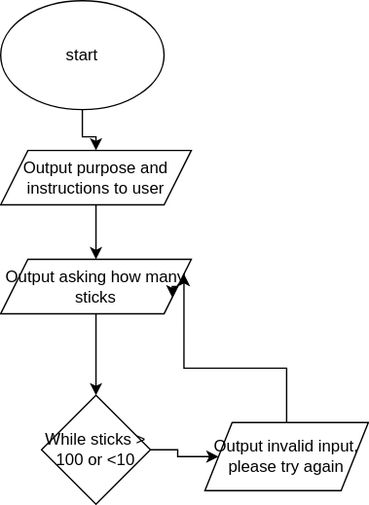
This is flowchart.drawio.svg from yzjedu/cs151-pa2-LaurePatera, a draw.io export, as it was before one commit. Source tidied: cells renumbered, new cells last; positions are measured from the earlier drawing's top-left corner, leaving out a move shared by most shapes. Its diagram source:
```xml
<mxGraphModel>
  <root>
    <mxCell id="0" />
    <mxCell id="1" parent="0" />
    <mxCell id="2" style="edgeStyle=orthogonalEdgeStyle;rounded=0;jettySize=auto;html=1;" parent="1" edge="1" source="3" target="5">
      <mxGeometry relative="1" as="geometry" />
    </mxCell>
    <mxCell id="3" value="start" style="ellipse;whiteSpace=wrap;html=1;" parent="1" vertex="1">
      <mxGeometry width="120" height="80" as="geometry" />
    </mxCell>
    <mxCell id="4" style="edgeStyle=orthogonalEdgeStyle;rounded=0;jettySize=auto;html=1;" parent="1" edge="1" source="5" target="9">
      <mxGeometry relative="1" as="geometry" />
    </mxCell>
    <mxCell id="5" value="Output purpose and instructions to user" style="shape=parallelogram;perimeter=parallelogramPerimeter;whiteSpace=wrap;html=1;fixedSize=1;" parent="1" vertex="1">
      <mxGeometry y="110" width="140" height="40" as="geometry" />
    </mxCell>
    <mxCell id="6" style="edgeStyle=orthogonalEdgeStyle;rounded=0;jettySize=auto;html=1;exitX=0.5;exitY=0;exitDx=0;exitDy=0;entryX=1;entryY=0.25;entryDx=0;entryDy=0;" parent="1" edge="1" source="7" target="9">
      <mxGeometry relative="1" as="geometry" />
    </mxCell>
    <mxCell id="7" value="Output invalid input, please try again" style="shape=parallelogram;perimeter=parallelogramPerimeter;whiteSpace=wrap;html=1;fixedSize=1;" parent="1" vertex="1">
      <mxGeometry x="150" y="310" width="120" height="50" as="geometry" />
    </mxCell>
    <mxCell id="8" style="edgeStyle=orthogonalEdgeStyle;rounded=0;jettySize=auto;html=1;" parent="1" edge="1" source="9" target="11">
      <mxGeometry relative="1" as="geometry" />
    </mxCell>
    <mxCell id="9" value="Output asking how many sticks" style="shape=parallelogram;perimeter=parallelogramPerimeter;whiteSpace=wrap;html=1;fixedSize=1;" parent="1" vertex="1">
      <mxGeometry y="190" width="140" height="40" as="geometry" />
    </mxCell>
    <mxCell id="10" style="edgeStyle=orthogonalEdgeStyle;rounded=0;jettySize=auto;html=1;" parent="1" edge="1" source="11" target="7">
      <mxGeometry relative="1" as="geometry" />
    </mxCell>
    <mxCell id="11" value="While sticks &amp;gt; 100 or &amp;lt;10" style="rhombus;whiteSpace=wrap;html=1;" parent="1" vertex="1">
      <mxGeometry x="30" y="290" width="80" height="80" as="geometry" />
    </mxCell>
    <mxCell id="12" style="edgeStyle=orthogonalEdgeStyle;rounded=0;orthogonalLoop=1;jettySize=auto;html=1;exitX=1;exitY=0.5;exitDx=0;exitDy=0;entryX=1;entryY=0.75;entryDx=0;entryDy=0;" parent="1" edge="1" source="9" target="9">
      <mxGeometry relative="1" as="geometry" />
    </mxCell>
  </root>
</mxGraphModel>
```
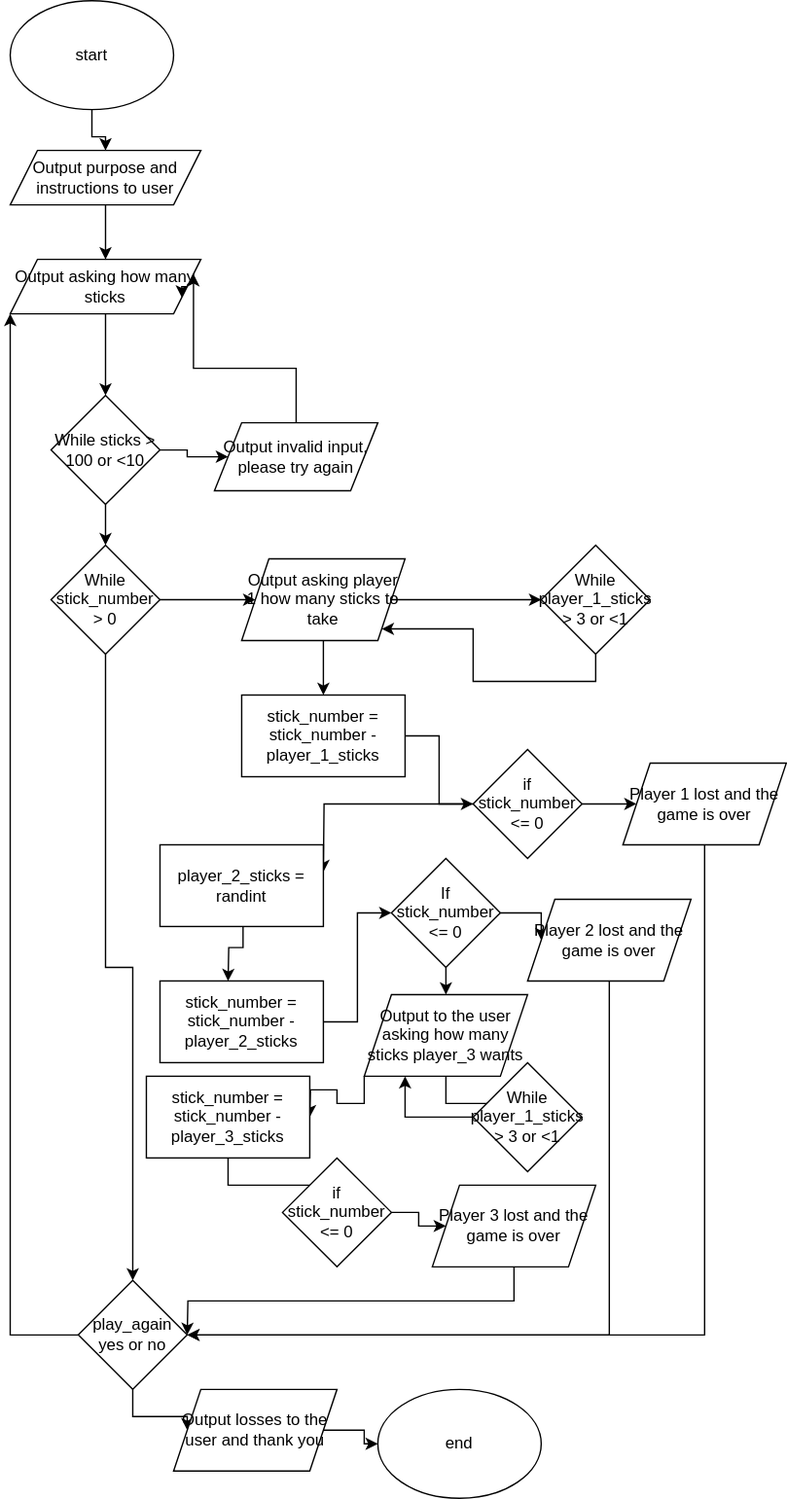
Later version of the same file.

Commit message:
Finished flowchart

What changed in the source:
```diff
@@ -29,11 +29,151 @@
     <mxCell id="10" style="edgeStyle=orthogonalEdgeStyle;rounded=0;jettySize=auto;html=1;" parent="1" edge="1" source="11" target="7">
       <mxGeometry relative="1" as="geometry" />
     </mxCell>
+    <mxCell id="13" style="edgeStyle=orthogonalEdgeStyle;rounded=0;jettySize=auto;html=1;" parent="1" edge="1" source="11" target="16">
+      <mxGeometry relative="1" as="geometry" />
+    </mxCell>
     <mxCell id="11" value="While sticks &amp;gt; 100 or &amp;lt;10" style="rhombus;whiteSpace=wrap;html=1;" parent="1" vertex="1">
       <mxGeometry x="30" y="290" width="80" height="80" as="geometry" />
     </mxCell>
     <mxCell id="12" style="edgeStyle=orthogonalEdgeStyle;rounded=0;orthogonalLoop=1;jettySize=auto;html=1;exitX=1;exitY=0.5;exitDx=0;exitDy=0;entryX=1;entryY=0.75;entryDx=0;entryDy=0;" parent="1" edge="1" source="9" target="9">
       <mxGeometry relative="1" as="geometry" />
     </mxCell>
+    <mxCell id="14" style="edgeStyle=orthogonalEdgeStyle;rounded=0;jettySize=auto;html=1;" parent="1" edge="1" source="16" target="19">
+      <mxGeometry relative="1" as="geometry" />
+    </mxCell>
+    <mxCell id="15" style="edgeStyle=orthogonalEdgeStyle;rounded=0;jettySize=auto;html=1;" parent="1" edge="1" source="16" target="31">
+      <mxGeometry relative="1" as="geometry" />
+    </mxCell>
+    <mxCell id="16" value="While stick_number &amp;gt; 0" style="rhombus;whiteSpace=wrap;html=1;" parent="1" vertex="1">
+      <mxGeometry x="30" y="400" width="80" height="80" as="geometry" />
+    </mxCell>
+    <mxCell id="17" style="edgeStyle=orthogonalEdgeStyle;rounded=0;jettySize=auto;html=1;" parent="1" edge="1" source="19" target="21">
+      <mxGeometry relative="1" as="geometry" />
+    </mxCell>
+    <mxCell id="18" style="edgeStyle=orthogonalEdgeStyle;rounded=0;jettySize=auto;html=1;" parent="1" edge="1" source="19" target="23">
+      <mxGeometry relative="1" as="geometry" />
+    </mxCell>
+    <mxCell id="19" value="Output asking player 1 how many sticks to take" style="shape=parallelogram;perimeter=parallelogramPerimeter;whiteSpace=wrap;html=1;fixedSize=1;" parent="1" vertex="1">
+      <mxGeometry x="170" y="410" width="120" height="60" as="geometry" />
+    </mxCell>
+    <mxCell id="20" style="edgeStyle=orthogonalEdgeStyle;rounded=0;jettySize=auto;html=1;exitX=0.5;exitY=1;exitDx=0;exitDy=0;entryX=1;entryY=1;entryDx=0;entryDy=0;" parent="1" edge="1" source="21" target="19">
+      <mxGeometry relative="1" as="geometry" />
+    </mxCell>
+    <mxCell id="21" value="While player_1_sticks &amp;gt; 3 or &amp;lt;1" style="rhombus;whiteSpace=wrap;html=1;" parent="1" vertex="1">
+      <mxGeometry x="390" y="400" width="80" height="80" as="geometry" />
+    </mxCell>
+    <mxCell id="22" style="edgeStyle=orthogonalEdgeStyle;rounded=0;jettySize=auto;html=1;" parent="1" edge="1" source="23" target="26">
+      <mxGeometry relative="1" as="geometry" />
+    </mxCell>
+    <mxCell id="23" value="stick_number = stick_number - player_1_sticks" style="whiteSpace=wrap;html=1;" parent="1" vertex="1">
+      <mxGeometry x="170" y="510" width="120" height="60" as="geometry" />
+    </mxCell>
+    <mxCell id="24" style="edgeStyle=orthogonalEdgeStyle;rounded=0;jettySize=auto;html=1;" parent="1" edge="1" source="26" target="28">
+      <mxGeometry relative="1" as="geometry" />
+    </mxCell>
+    <mxCell id="25" style="edgeStyle=orthogonalEdgeStyle;rounded=0;jettySize=auto;html=1;" parent="1" edge="1" source="26">
+      <mxGeometry relative="1" as="geometry">
+        <mxPoint x="230" y="640" as="targetPoint" />
+      </mxGeometry>
+    </mxCell>
+    <mxCell id="26" value="if stick_number &amp;lt;= 0" style="rhombus;whiteSpace=wrap;html=1;" parent="1" vertex="1">
+      <mxGeometry x="340" y="550" width="80" height="80" as="geometry" />
+    </mxCell>
+    <mxCell id="27" style="edgeStyle=orthogonalEdgeStyle;rounded=0;jettySize=auto;html=1;exitX=0.5;exitY=1;exitDx=0;exitDy=0;entryX=1;entryY=0.5;entryDx=0;entryDy=0;" parent="1" edge="1" source="28" target="31">
+      <mxGeometry relative="1" as="geometry" />
+    </mxCell>
+    <mxCell id="28" value="Player 1 lost and the game is over" style="shape=parallelogram;perimeter=parallelogramPerimeter;whiteSpace=wrap;html=1;fixedSize=1;" parent="1" vertex="1">
+      <mxGeometry x="450" y="560" width="120" height="60" as="geometry" />
+    </mxCell>
+    <mxCell id="29" style="edgeStyle=orthogonalEdgeStyle;rounded=0;jettySize=auto;html=1;exitX=0;exitY=0.5;exitDx=0;exitDy=0;entryX=0;entryY=1;entryDx=0;entryDy=0;" parent="1" edge="1" source="31" target="9">
+      <mxGeometry relative="1" as="geometry" />
+    </mxCell>
+    <mxCell id="30" style="edgeStyle=orthogonalEdgeStyle;rounded=0;jettySize=auto;html=1;exitX=0.5;exitY=1;exitDx=0;exitDy=0;entryX=0;entryY=0.5;entryDx=0;entryDy=0;" parent="1" edge="1" source="31" target="54">
+      <mxGeometry relative="1" as="geometry" />
+    </mxCell>
+    <mxCell id="31" value="play_again yes or no" style="rhombus;whiteSpace=wrap;html=1;" parent="1" vertex="1">
+      <mxGeometry x="50" y="940" width="80" height="80" as="geometry" />
+    </mxCell>
+    <mxCell id="32" style="edgeStyle=orthogonalEdgeStyle;rounded=0;orthogonalLoop=1;jettySize=auto;html=1;exitX=0.25;exitY=1;exitDx=0;exitDy=0;" parent="1" edge="1">
+      <mxGeometry relative="1" as="geometry">
+        <mxPoint x="150" y="670" as="sourcePoint" />
+        <mxPoint x="160" y="720" as="targetPoint" />
+      </mxGeometry>
+    </mxCell>
+    <mxCell id="33" style="edgeStyle=orthogonalEdgeStyle;rounded=0;jettySize=auto;html=1;exitX=1;exitY=0.5;exitDx=0;exitDy=0;entryX=0;entryY=0.5;entryDx=0;entryDy=0;" parent="1" edge="1" source="34" target="37">
+      <mxGeometry relative="1" as="geometry" />
+    </mxCell>
+    <mxCell id="34" value="stick_number = stick_number - player_2_sticks" style="rounded=0;whiteSpace=wrap;html=1;" parent="1" vertex="1">
+      <mxGeometry x="110" y="720" width="120" height="60" as="geometry" />
+    </mxCell>
+    <mxCell id="35" style="edgeStyle=orthogonalEdgeStyle;rounded=0;jettySize=auto;html=1;exitX=1;exitY=0.5;exitDx=0;exitDy=0;entryX=0;entryY=0.5;entryDx=0;entryDy=0;" parent="1" edge="1" source="37" target="39">
+      <mxGeometry relative="1" as="geometry" />
+    </mxCell>
+    <mxCell id="36" style="edgeStyle=orthogonalEdgeStyle;rounded=0;jettySize=auto;html=1;exitX=0.5;exitY=1;exitDx=0;exitDy=0;" parent="1" edge="1" source="37">
+      <mxGeometry relative="1" as="geometry">
+        <mxPoint x="320" y="730" as="targetPoint" />
+      </mxGeometry>
+    </mxCell>
+    <mxCell id="37" value="If stick_number &amp;lt;= 0" style="rhombus;whiteSpace=wrap;html=1;" parent="1" vertex="1">
+      <mxGeometry x="280" y="630" width="80" height="80" as="geometry" />
+    </mxCell>
+    <mxCell id="38" style="edgeStyle=orthogonalEdgeStyle;rounded=0;jettySize=auto;html=1;exitX=0.5;exitY=1;exitDx=0;exitDy=0;entryX=1;entryY=0.5;entryDx=0;entryDy=0;" parent="1" edge="1" source="39" target="31">
+      <mxGeometry relative="1" as="geometry" />
+    </mxCell>
+    <mxCell id="39" value="Player 2 lost and the game is over" style="shape=parallelogram;perimeter=parallelogramPerimeter;whiteSpace=wrap;html=1;fixedSize=1;" parent="1" vertex="1">
+      <mxGeometry x="380" y="660" width="120" height="60" as="geometry" />
+    </mxCell>
+    <mxCell id="40" value="player_2_sticks = randint" style="rounded=0;whiteSpace=wrap;html=1;" parent="1" vertex="1">
+      <mxGeometry x="110" y="620" width="120" height="60" as="geometry" />
+    </mxCell>
+    <mxCell id="41" style="edgeStyle=orthogonalEdgeStyle;rounded=0;jettySize=auto;html=1;" parent="1" edge="1" source="43" target="45">
+      <mxGeometry relative="1" as="geometry" />
+    </mxCell>
+    <mxCell id="42" style="edgeStyle=orthogonalEdgeStyle;rounded=0;jettySize=auto;html=1;exitX=0;exitY=1;exitDx=0;exitDy=0;" parent="1" edge="1" source="43">
+      <mxGeometry relative="1" as="geometry">
+        <mxPoint x="220" y="820" as="targetPoint" />
+      </mxGeometry>
+    </mxCell>
+    <mxCell id="43" value="Output to the user asking how many sticks player_3 wants" style="shape=parallelogram;perimeter=parallelogramPerimeter;whiteSpace=wrap;html=1;fixedSize=1;" parent="1" vertex="1">
+      <mxGeometry x="260" y="730" width="120" height="60" as="geometry" />
+    </mxCell>
+    <mxCell id="44" style="edgeStyle=orthogonalEdgeStyle;rounded=0;jettySize=auto;html=1;exitX=0;exitY=0.5;exitDx=0;exitDy=0;entryX=0.25;entryY=1;entryDx=0;entryDy=0;" parent="1" edge="1" source="45" target="43">
+      <mxGeometry relative="1" as="geometry" />
+    </mxCell>
+    <mxCell id="45" value="While player_1_sticks &amp;gt; 3 or &amp;lt;1" style="rhombus;whiteSpace=wrap;html=1;" parent="1" vertex="1">
+      <mxGeometry x="340" y="780" width="80" height="80" as="geometry" />
+    </mxCell>
+    <mxCell id="46" style="edgeStyle=orthogonalEdgeStyle;rounded=0;jettySize=auto;html=1;exitX=0.5;exitY=1;exitDx=0;exitDy=0;" parent="1" edge="1" source="47" target="49">
+      <mxGeometry relative="1" as="geometry" />
+    </mxCell>
+    <mxCell id="47" value="stick_number = stick_number - player_3_sticks" style="rounded=0;whiteSpace=wrap;html=1;" parent="1" vertex="1">
+      <mxGeometry x="100" y="790" width="120" height="60" as="geometry" />
+    </mxCell>
+    <mxCell id="48" style="edgeStyle=orthogonalEdgeStyle;rounded=0;jettySize=auto;html=1;" parent="1" edge="1" source="49" target="51">
+      <mxGeometry relative="1" as="geometry" />
+    </mxCell>
+    <mxCell id="49" value="if stick_number &amp;lt;= 0" style="rhombus;whiteSpace=wrap;html=1;" parent="1" vertex="1">
+      <mxGeometry x="200" y="850" width="80" height="80" as="geometry" />
+    </mxCell>
+    <mxCell id="50" style="edgeStyle=orthogonalEdgeStyle;rounded=0;jettySize=auto;html=1;exitX=0.5;exitY=1;exitDx=0;exitDy=0;" parent="1" edge="1" source="51">
+      <mxGeometry relative="1" as="geometry">
+        <mxPoint x="130" y="980" as="targetPoint" />
+      </mxGeometry>
+    </mxCell>
+    <mxCell id="51" value="Player 3 lost and the game is over" style="shape=parallelogram;perimeter=parallelogramPerimeter;whiteSpace=wrap;html=1;fixedSize=1;" parent="1" vertex="1">
+      <mxGeometry x="310" y="870" width="120" height="60" as="geometry" />
+    </mxCell>
+    <mxCell id="52" style="edgeStyle=orthogonalEdgeStyle;rounded=0;orthogonalLoop=1;jettySize=auto;html=1;exitX=0.5;exitY=1;exitDx=0;exitDy=0;" parent="1" edge="1" source="45" target="45">
+      <mxGeometry relative="1" as="geometry" />
+    </mxCell>
+    <mxCell id="53" style="edgeStyle=orthogonalEdgeStyle;rounded=0;jettySize=auto;html=1;" parent="1" edge="1" source="54" target="55">
+      <mxGeometry relative="1" as="geometry" />
+    </mxCell>
+    <mxCell id="54" value="Output losses to the user and thank you" style="shape=parallelogram;perimeter=parallelogramPerimeter;whiteSpace=wrap;html=1;fixedSize=1;" parent="1" vertex="1">
+      <mxGeometry x="120" y="1020" width="120" height="60" as="geometry" />
+    </mxCell>
+    <mxCell id="55" value="end" style="ellipse;whiteSpace=wrap;html=1;" parent="1" vertex="1">
+      <mxGeometry x="270" y="1020" width="120" height="80" as="geometry" />
+    </mxCell>
   </root>
 </mxGraphModel>
```
